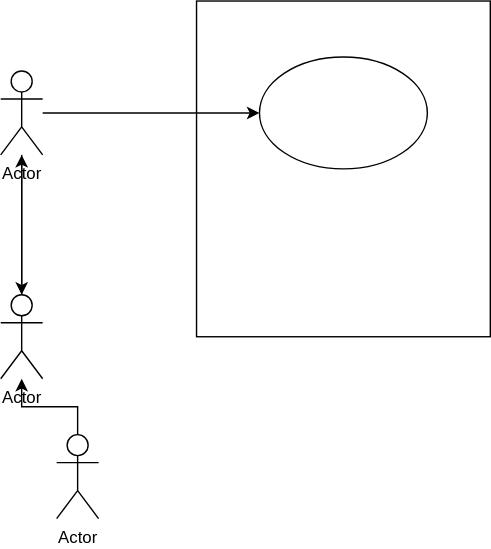
Earlier version of the draw.io export usecase.drawio.svg (SethabaAT/test-use-cases-md). Source tidied: cells renumbered, new cells last; positions are measured from the earlier drawing's top-left corner, leaving out a move shared by most shapes.
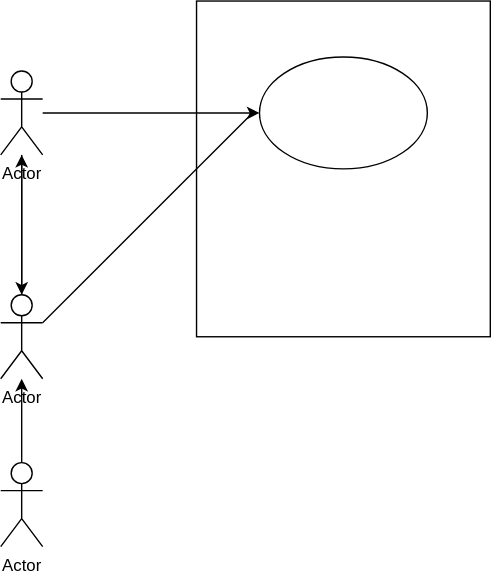
The same file after the commit.

The edit, as a diff of the source:
```diff
@@ -20,6 +20,11 @@
     <mxCell id="7" style="edgeStyle=orthogonalEdgeStyle;rounded=0;jettySize=auto;html=1;" parent="1" edge="1" source="8" target="5">
       <mxGeometry relative="1" as="geometry" />
     </mxCell>
+    <mxCell id="11" style="rounded=0;jettySize=auto;html=1;exitX=1;exitY=0.3333333333333333;exitDx=0;exitDy=0;exitPerimeter=0;endArrow=none;endFill=0;" parent="1" edge="1" source="8">
+      <mxGeometry relative="1" as="geometry">
+        <mxPoint x="180" y="80" as="targetPoint" />
+      </mxGeometry>
+    </mxCell>
     <mxCell id="8" value="Actor" style="shape=umlActor;verticalLabelPosition=bottom;verticalAlign=top;html=1;outlineConnect=0;" parent="1" vertex="1">
       <mxGeometry y="210" width="30" height="60" as="geometry" />
     </mxCell>
@@ -27,7 +32,7 @@
       <mxGeometry relative="1" as="geometry" />
     </mxCell>
     <mxCell id="10" value="Actor" style="shape=umlActor;verticalLabelPosition=bottom;verticalAlign=top;html=1;outlineConnect=0;" parent="1" vertex="1">
-      <mxGeometry x="40" y="310" width="30" height="60" as="geometry" />
+      <mxGeometry y="330" width="30" height="60" as="geometry" />
     </mxCell>
   </root>
 </mxGraphModel>
```
